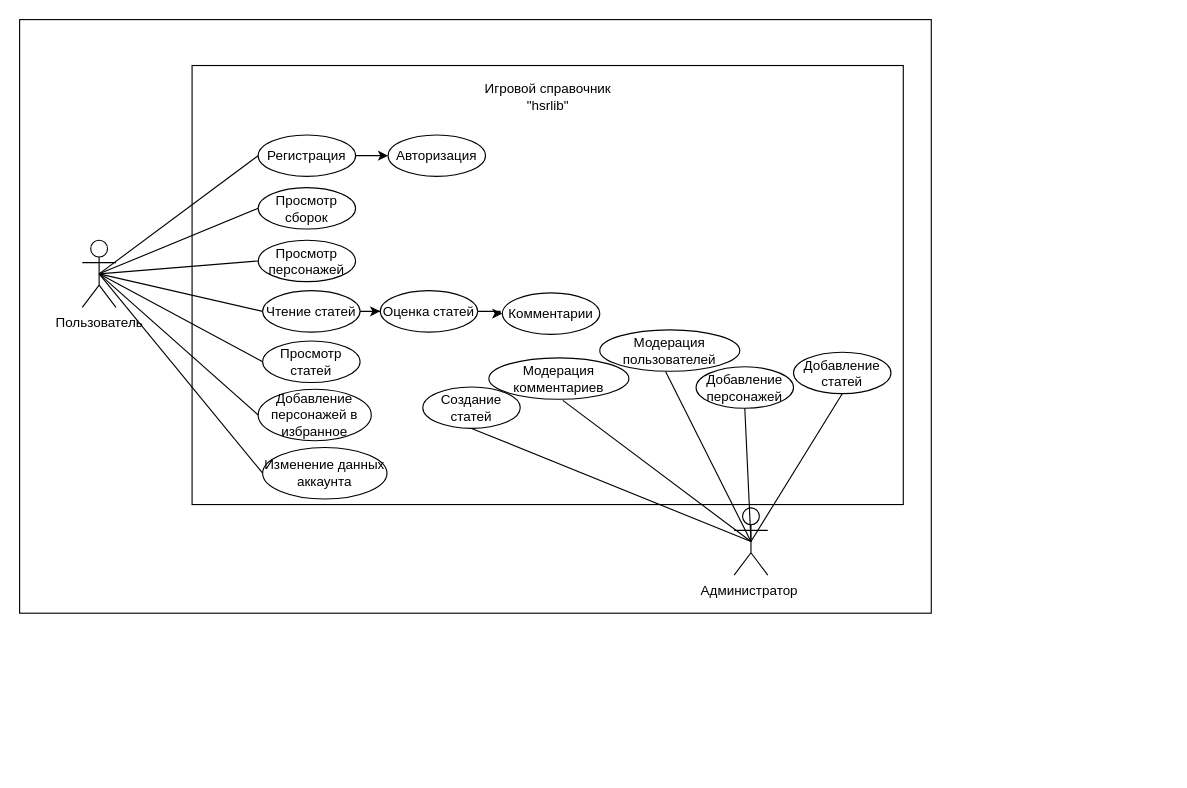
Before: преенденты.drawio in Tunez666/hsr, a draw.io diagram. Source tidied: cells renumbered, new cells numbered last; positions are measured from the earlier drawing's top-left corner, leaving out a move shared by most shapes. Both pictures are drawn from the tidied source at 112%, with x=0, y=0 at pixel (19, 19).
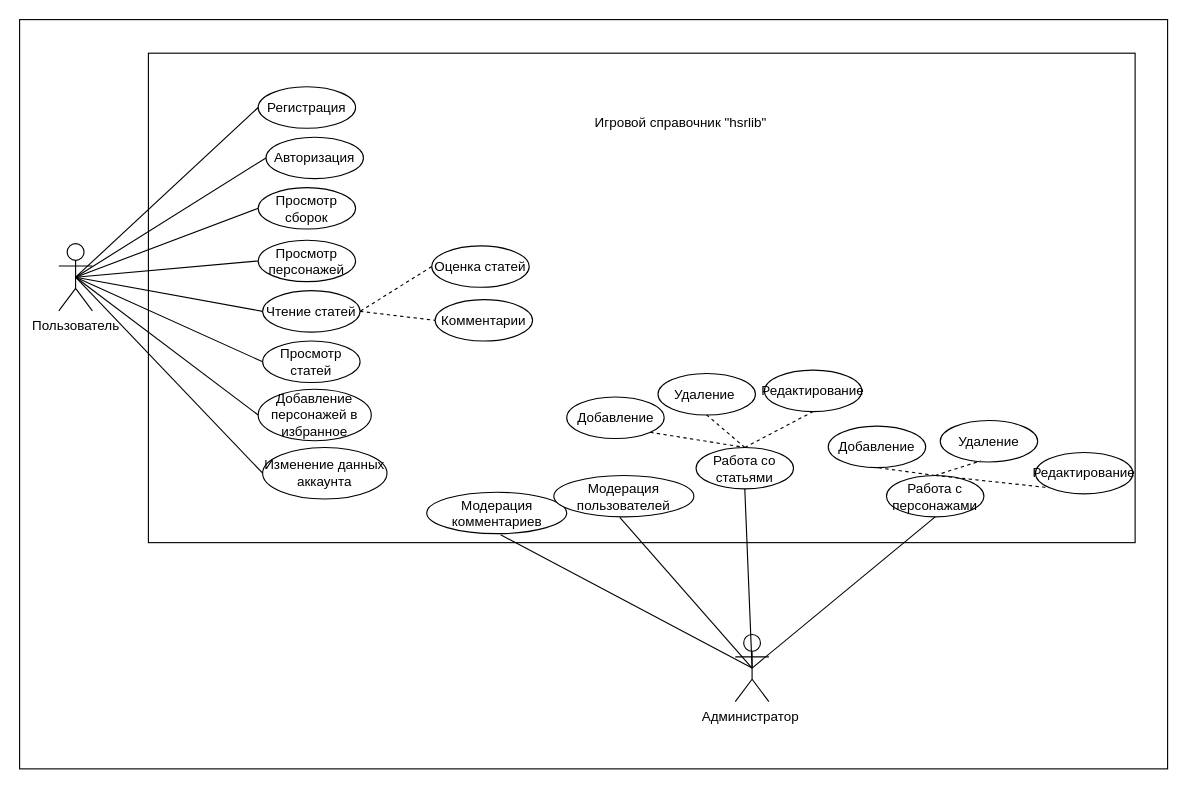
The same page after the edit.

The change refers to these unchanged cells:
```xml
<mxCell id="13" value="Чтение статей" style="ellipse;whiteSpace=wrap;html=1;" parent="1" vertex="1">
  <mxGeometry x="217" y="242" width="87" height="37" as="geometry" />
</mxCell>
```

What changed in the source:
```diff
@@
     <mxCell id="2" style="rounded=0;whiteSpace=wrap;html=1;" parent="1" vertex="1">
-      <mxGeometry width="814" height="530" as="geometry" />
+      <mxGeometry width="1025" height="669" as="geometry" />
     </mxCell>
     <mxCell id="3" style="rounded=0;whiteSpace=wrap;html=1;" parent="1" vertex="1">
-      <mxGeometry x="154" y="41" width="635" height="392" as="geometry" />
+      <mxGeometry x="115" y="30" width="881" height="437" as="geometry" />
     </mxCell>
     <mxCell id="4" value="Игровой справочник &quot;hsrlib&quot;" style="text;html=1;whiteSpace=wrap;strokeColor=none;fillColor=none;align=center;verticalAlign=middle;rounded=0;" parent="1" vertex="1">
-      <mxGeometry x="404.5" y="46" width="134" height="46" as="geometry" />
+      <mxGeometry x="510" y="51" width="161" height="81" as="geometry" />
     </mxCell>
     <mxCell id="5" value="Пользователь" style="shape=umlActor;verticalLabelPosition=bottom;verticalAlign=top;html=1;outlineConnect=0;" parent="1" vertex="1">
-      <mxGeometry x="56" y="197" width="30" height="60" as="geometry" />
+      <mxGeometry x="35" y="200" width="30" height="60" as="geometry" />
     </mxCell>
     <mxCell id="6" value="Администратор&amp;nbsp;" style="shape=umlActor;verticalLabelPosition=bottom;verticalAlign=top;html=1;outlineConnect=0;" parent="1" vertex="1">
-      <mxGeometry x="638" y="436" width="30" height="60" as="geometry" />
+      <mxGeometry x="639" y="549" width="30" height="60" as="geometry" />
     </mxCell>
-    <mxCell id="7" style="edgeStyle=orthogonalEdgeStyle;rounded=0;jettySize=auto;html=1;entryX=0;entryY=0.5;entryDx=0;entryDy=0;" parent="1" edge="1" source="8" target="9">
-      <mxGeometry relative="1" as="geometry" />
-    </mxCell>
     <mxCell id="8" value="Регистрация" style="ellipse;whiteSpace=wrap;html=1;" parent="1" vertex="1">
-      <mxGeometry x="213" y="103" width="87" height="37" as="geometry" />
+      <mxGeometry x="213" y="60" width="87" height="37" as="geometry" />
     </mxCell>
     <mxCell id="9" value="Авторизация" style="ellipse;whiteSpace=wrap;html=1;" parent="1" vertex="1">
-      <mxGeometry x="329" y="103" width="87" height="37" as="geometry" />
+      <mxGeometry x="220" y="105" width="87" height="37" as="geometry" />
     </mxCell>
@@
-    <mxCell id="12" style="edgeStyle=orthogonalEdgeStyle;rounded=0;jettySize=auto;html=1;entryX=0;entryY=0.5;entryDx=0;entryDy=0;" parent="1" edge="1" source="13" target="15">
-      <mxGeometry relative="1" as="geometry" />
-    </mxCell>
@@
-    <mxCell id="14" style="edgeStyle=orthogonalEdgeStyle;rounded=0;jettySize=auto;html=1;entryX=0;entryY=0.5;entryDx=0;entryDy=0;" parent="1" edge="1" source="15" target="16">
-      <mxGeometry relative="1" as="geometry" />
-    </mxCell>
     <mxCell id="15" value="Оценка статей" style="ellipse;whiteSpace=wrap;html=1;" parent="1" vertex="1">
-      <mxGeometry x="322" y="242" width="87" height="37" as="geometry" />
+      <mxGeometry x="368" y="202" width="87" height="37" as="geometry" />
     </mxCell>
     <mxCell id="16" value="Комментарии" style="ellipse;whiteSpace=wrap;html=1;" parent="1" vertex="1">
-      <mxGeometry x="431" y="244" width="87" height="37" as="geometry" />
+      <mxGeometry x="371" y="250" width="87" height="37" as="geometry" />
     </mxCell>
@@
     <mxCell id="21" value="Модерация комментариев" style="ellipse;whiteSpace=wrap;html=1;" parent="1" vertex="1">
-      <mxGeometry x="419" y="302" width="125" height="37" as="geometry" />
+      <mxGeometry x="363.5" y="422" width="125" height="37" as="geometry" />
     </mxCell>
-    <mxCell id="22" value="Создание статей" style="ellipse;whiteSpace=wrap;html=1;" parent="1" vertex="1">
-      <mxGeometry x="360" y="328" width="87" height="37" as="geometry" />
-    </mxCell>
-    <mxCell id="23" value="Добавление персонажей" style="ellipse;whiteSpace=wrap;html=1;" parent="1" vertex="1">
-      <mxGeometry x="604" y="310" width="87" height="37" as="geometry" />
+    <mxCell id="23" value="Работа со статьями" style="ellipse;whiteSpace=wrap;html=1;" parent="1" vertex="1">
+      <mxGeometry x="604" y="382" width="87" height="37" as="geometry" />
     </mxCell>
-    <mxCell id="24" value="Добавление статей" style="ellipse;whiteSpace=wrap;html=1;" parent="1" vertex="1">
-      <mxGeometry x="691" y="297" width="87" height="37" as="geometry" />
+    <mxCell id="24" value="Работа с персонажами" style="ellipse;whiteSpace=wrap;html=1;" parent="1" vertex="1">
+      <mxGeometry x="774" y="407" width="87" height="37" as="geometry" />
     </mxCell>
-    <mxCell id="25" style="endArrow=none;html=1;rounded=0;entryX=0.5;entryY=0.5;entryDx=0;entryDy=0;entryPerimeter=0;exitX=0.5;exitY=1;exitDx=0;exitDy=0;" parent="1" edge="1" source="22" target="6">
-      <mxGeometry relative="1" as="geometry" />
-    </mxCell>
@@
     <mxCell id="29" value="Модерация пользователей" style="ellipse;whiteSpace=wrap;html=1;" parent="1" vertex="1">
-      <mxGeometry x="518" y="277" width="125" height="37" as="geometry" />
+      <mxGeometry x="477" y="407" width="125" height="37" as="geometry" />
     </mxCell>
@@
+    <mxCell id="37" value="Добавление" style="ellipse;whiteSpace=wrap;html=1;" parent="1" vertex="1">
+      <mxGeometry x="488.5" y="337" width="87" height="37" as="geometry" />
+    </mxCell>
+    <mxCell id="38" value="Удаление&amp;nbsp;" style="ellipse;whiteSpace=wrap;html=1;" parent="1" vertex="1">
+      <mxGeometry x="570" y="316" width="87" height="37" as="geometry" />
+    </mxCell>
+    <mxCell id="39" value="Редактирование" style="ellipse;whiteSpace=wrap;html=1;" parent="1" vertex="1">
+      <mxGeometry x="665" y="313" width="87" height="37" as="geometry" />
+    </mxCell>
+    <mxCell id="40" value="Добавление" style="ellipse;whiteSpace=wrap;html=1;" parent="1" vertex="1">
+      <mxGeometry x="722" y="363" width="87" height="37" as="geometry" />
+    </mxCell>
+    <mxCell id="41" value="Удаление" style="ellipse;whiteSpace=wrap;html=1;" parent="1" vertex="1">
+      <mxGeometry x="822" y="358" width="87" height="37" as="geometry" />
+    </mxCell>
+    <mxCell id="42" value="Редактирование" style="ellipse;whiteSpace=wrap;html=1;" parent="1" vertex="1">
+      <mxGeometry x="907" y="386.5" width="87" height="37" as="geometry" />
+    </mxCell>
+    <mxCell id="43" style="endArrow=none;dashed=1;html=1;rounded=0;entryX=0.5;entryY=0;entryDx=0;entryDy=0;exitX=1;exitY=1;exitDx=0;exitDy=0;" parent="1" edge="1" source="37" target="23">
+      <mxGeometry relative="1" as="geometry" />
+    </mxCell>
+    <mxCell id="44" style="endArrow=none;dashed=1;html=1;rounded=0;entryX=0.5;entryY=1;entryDx=0;entryDy=0;exitX=0.5;exitY=0;exitDx=0;exitDy=0;" parent="1" edge="1" source="23" target="38">
+      <mxGeometry relative="1" as="geometry" />
+    </mxCell>
+    <mxCell id="45" style="endArrow=none;dashed=1;html=1;rounded=0;entryX=0.5;entryY=1;entryDx=0;entryDy=0;exitX=0.5;exitY=0;exitDx=0;exitDy=0;" parent="1" edge="1" source="23" target="39">
+      <mxGeometry relative="1" as="geometry" />
+    </mxCell>
+    <mxCell id="46" style="endArrow=none;dashed=1;html=1;rounded=0;entryX=0.5;entryY=1;entryDx=0;entryDy=0;exitX=0.5;exitY=0;exitDx=0;exitDy=0;" parent="1" edge="1" source="24" target="40">
+      <mxGeometry relative="1" as="geometry" />
+    </mxCell>
+    <mxCell id="47" style="endArrow=none;dashed=1;html=1;rounded=0;entryX=0.414;entryY=0.973;entryDx=0;entryDy=0;entryPerimeter=0;exitX=0.5;exitY=0;exitDx=0;exitDy=0;" parent="1" edge="1" source="24" target="41">
+      <mxGeometry relative="1" as="geometry" />
+    </mxCell>
+    <mxCell id="48" style="endArrow=none;dashed=1;html=1;rounded=0;entryX=0;entryY=1;entryDx=0;entryDy=0;exitX=0.5;exitY=0;exitDx=0;exitDy=0;" parent="1" edge="1" source="24" target="42">
+      <mxGeometry relative="1" as="geometry" />
+    </mxCell>
+    <mxCell id="49" style="endArrow=none;html=1;rounded=0;exitX=0.5;exitY=0.5;exitDx=0;exitDy=0;exitPerimeter=0;entryX=0;entryY=0.5;entryDx=0;entryDy=0;" parent="1" edge="1" source="5" target="9">
+      <mxGeometry relative="1" as="geometry" />
+    </mxCell>
+    <mxCell id="50" style="endArrow=none;dashed=1;html=1;rounded=0;entryX=1;entryY=0.5;entryDx=0;entryDy=0;exitX=0;exitY=0.5;exitDx=0;exitDy=0;" parent="1" edge="1" source="15" target="13">
+      <mxGeometry relative="1" as="geometry" />
+    </mxCell>
+    <mxCell id="51" style="endArrow=none;dashed=1;html=1;rounded=0;exitX=1;exitY=0.5;exitDx=0;exitDy=0;entryX=0;entryY=0.5;entryDx=0;entryDy=0;" parent="1" edge="1" source="13" target="16">
+      <mxGeometry relative="1" as="geometry" />
+    </mxCell>
```
